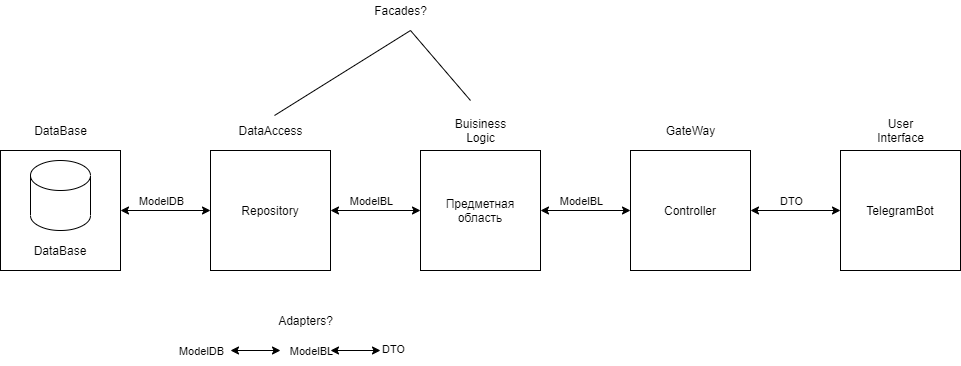
Before: docs/imgs/uml/common.png, a diagram exported from draw.io (alena-zayts/BMSTU_6sem_software_design). Source tidied: cells renumbered, new cells last; positions are measured from the earlier drawing's top-left corner, leaving out a move shared by most shapes.
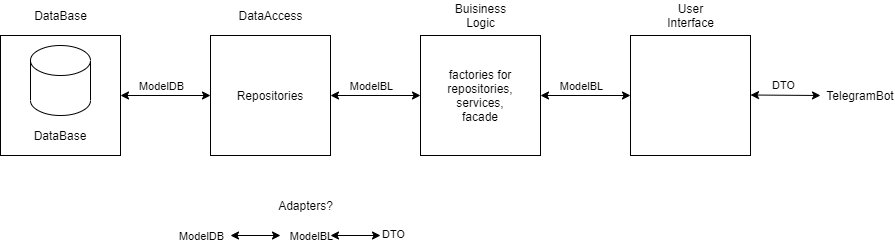
The same diagram one commit later.

The edit, as a diff of the source:
```diff
@@ -20,7 +20,7 @@
     <mxCell id="7" value="DataAccess" style="text;html=1;align=center;verticalAlign=middle;points=[];" parent="1" vertex="1">
       <mxGeometry x="230" y="120" width="80" height="20" as="geometry" />
     </mxCell>
-    <mxCell id="8" value="Repository" style="text;html=1;strokeColor=none;fillColor=none;align=center;verticalAlign=middle;whiteSpace=wrap;rounded=0;" parent="1" vertex="1">
+    <mxCell id="8" value="Repositories" style="text;html=1;strokeColor=none;fillColor=none;align=center;verticalAlign=middle;whiteSpace=wrap;rounded=0;" parent="1" vertex="1">
       <mxGeometry x="250" y="200" width="40" height="20" as="geometry" />
     </mxCell>
     <mxCell id="9" style="endArrow=classic;startArrow=classic;html=1;exitX=1;exitY=0.5;exitDx=0;exitDy=0;entryX=0;entryY=0.5;entryDx=0;entryDy=0;" parent="1" edge="1" source="2" target="6">
@@ -37,7 +37,7 @@
     <mxCell id="12" value="Buisiness&lt;br&gt;Logic" style="text;html=1;align=center;verticalAlign=middle;" parent="1" vertex="1">
       <mxGeometry x="445" y="115" width="70" height="30" as="geometry" />
     </mxCell>
-    <mxCell id="13" value="Предметная&lt;br&gt;область" style="text;html=1;strokeColor=none;fillColor=none;align=center;verticalAlign=middle;whiteSpace=wrap;rounded=0;" parent="1" vertex="1">
+    <mxCell id="13" value="factories for repositories,&lt;br&gt;services,&lt;br&gt;facade" style="text;html=1;strokeColor=none;fillColor=none;align=center;verticalAlign=middle;whiteSpace=wrap;rounded=0;" parent="1" vertex="1">
       <mxGeometry x="460" y="200" width="40" height="20" as="geometry" />
     </mxCell>
     <mxCell id="14" style="endArrow=classic;startArrow=classic;html=1;exitX=1;exitY=0.5;exitDx=0;exitDy=0;entryX=0;entryY=0.5;entryDx=0;entryDy=0;" parent="1" edge="1" target="11">
@@ -50,18 +50,10 @@
         <mxPoint x="11" y="-10" as="offset" />
       </mxGeometry>
     </mxCell>
-    <mxCell id="16" style="rounded=0;whiteSpace=wrap;html=1;" parent="1" vertex="1">
-      <mxGeometry x="630" y="150" width="120" height="120" as="geometry" />
-    </mxCell>
-    <mxCell id="17" value="GateWay" style="text;html=1;align=center;verticalAlign=middle;" parent="1" vertex="1">
-      <mxGeometry x="655" y="120" width="70" height="20" as="geometry" />
-    </mxCell>
-    <mxCell id="18" value="Controller" style="text;html=1;strokeColor=none;fillColor=none;align=center;verticalAlign=middle;whiteSpace=wrap;rounded=0;" parent="1" vertex="1">
-      <mxGeometry x="670" y="200" width="40" height="20" as="geometry" />
-    </mxCell>
-    <mxCell id="19" style="endArrow=classic;startArrow=classic;html=1;exitX=1;exitY=0.5;exitDx=0;exitDy=0;entryX=0;entryY=0.5;entryDx=0;entryDy=0;" parent="1" edge="1" target="16">
+    <mxCell id="19" style="endArrow=classic;startArrow=classic;html=1;exitX=1;exitY=0.5;exitDx=0;exitDy=0;entryX=0;entryY=0.5;entryDx=0;entryDy=0;" parent="1" edge="1">
       <mxGeometry relative="1" as="geometry">
         <mxPoint x="540" y="210" as="sourcePoint" />
+        <mxPoint x="630" y="210" as="targetPoint" />
       </mxGeometry>
     </mxCell>
     <mxCell id="20" value="ModelBL" style="edgeLabel;html=1;align=center;verticalAlign=middle;" parent="19" vertex="1">
@@ -70,17 +62,18 @@
       </mxGeometry>
     </mxCell>
     <mxCell id="21" style="rounded=0;whiteSpace=wrap;html=1;" parent="1" vertex="1">
-      <mxGeometry x="840" y="150" width="120" height="120" as="geometry" />
+      <mxGeometry x="630" y="150" width="120" height="120" as="geometry" />
     </mxCell>
     <mxCell id="22" value="User&lt;br&gt;Interface" style="text;html=1;align=center;verticalAlign=middle;" parent="1" vertex="1">
-      <mxGeometry x="870" y="115" width="60" height="30" as="geometry" />
+      <mxGeometry x="660" y="115" width="60" height="30" as="geometry" />
     </mxCell>
     <mxCell id="23" value="TelegramBot" style="text;html=1;strokeColor=none;fillColor=none;align=center;verticalAlign=middle;whiteSpace=wrap;rounded=0;" parent="1" vertex="1">
-      <mxGeometry x="880" y="200" width="40" height="20" as="geometry" />
+      <mxGeometry x="840" y="200" width="40" height="20" as="geometry" />
     </mxCell>
-    <mxCell id="24" style="endArrow=classic;startArrow=classic;html=1;exitX=1;exitY=0.5;exitDx=0;exitDy=0;entryX=0;entryY=0.5;entryDx=0;entryDy=0;" parent="1" edge="1" target="21">
+    <mxCell id="24" style="endArrow=classic;startArrow=classic;html=1;exitX=1;exitY=0.5;exitDx=0;exitDy=0;" parent="1" edge="1">
       <mxGeometry relative="1" as="geometry">
-        <mxPoint x="750" y="210" as="sourcePoint" />
+        <mxPoint x="750" y="209.5" as="sourcePoint" />
+        <mxPoint x="820" y="210" as="targetPoint" />
       </mxGeometry>
     </mxCell>
     <mxCell id="25" value="DTO" style="edgeLabel;html=1;align=center;verticalAlign=middle;" parent="24" vertex="1">
@@ -111,19 +104,5 @@
     <mxCell id="31" value="Adapters?" style="text;html=1;align=center;verticalAlign=middle;" parent="1" vertex="1">
       <mxGeometry x="270" y="310" width="70" height="20" as="geometry" />
     </mxCell>
-    <mxCell id="32" style="endArrow=none;html=1;entryX=0.55;entryY=-0.25;entryDx=0;entryDy=0;entryPerimeter=0;" parent="1" edge="1" target="7">
-      <mxGeometry relative="1" as="geometry">
-        <mxPoint x="410" y="30" as="sourcePoint" />
-      </mxGeometry>
-    </mxCell>
-    <mxCell id="33" style="endArrow=none;html=1;" parent="1" edge="1">
-      <mxGeometry relative="1" as="geometry">
-        <mxPoint x="410" y="30" as="sourcePoint" />
-        <mxPoint x="470" y="100" as="targetPoint" />
-      </mxGeometry>
-    </mxCell>
-    <mxCell id="34" value="Facades?" style="text;html=1;align=center;verticalAlign=middle;" parent="1" vertex="1">
-      <mxGeometry x="365" width="70" height="20" as="geometry" />
-    </mxCell>
   </root>
 </mxGraphModel>
```
